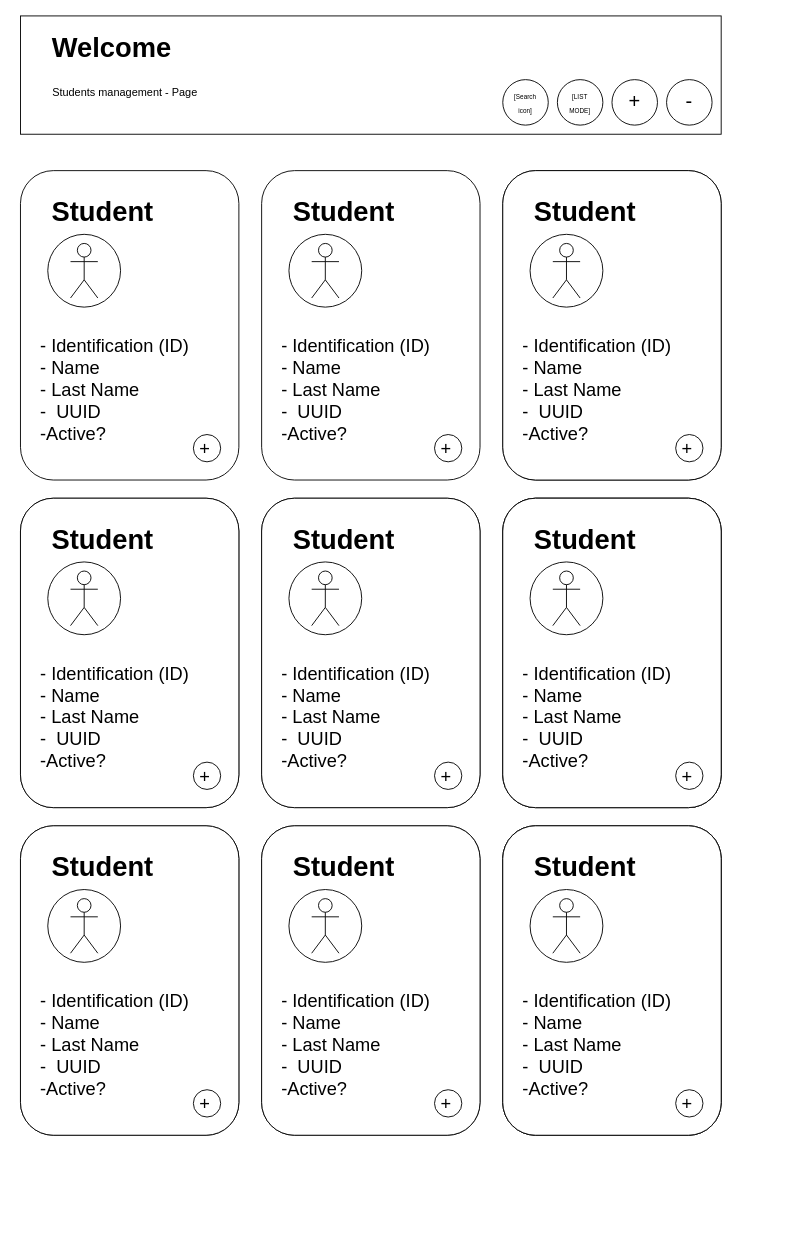
Above: page "Students" (1 of 2) of students.drawio in SaulCamsal/AppReact---StudentClassManagement (draw.io), before the change. Source tidied: cells renumbered, new cells numbered last; positions are measured from the earlier drawing's top-left corner, leaving out a move shared by most shapes. Both pictures are drawn from the tidied source at 91%, with x=0, y=0 at pixel (20, 15).
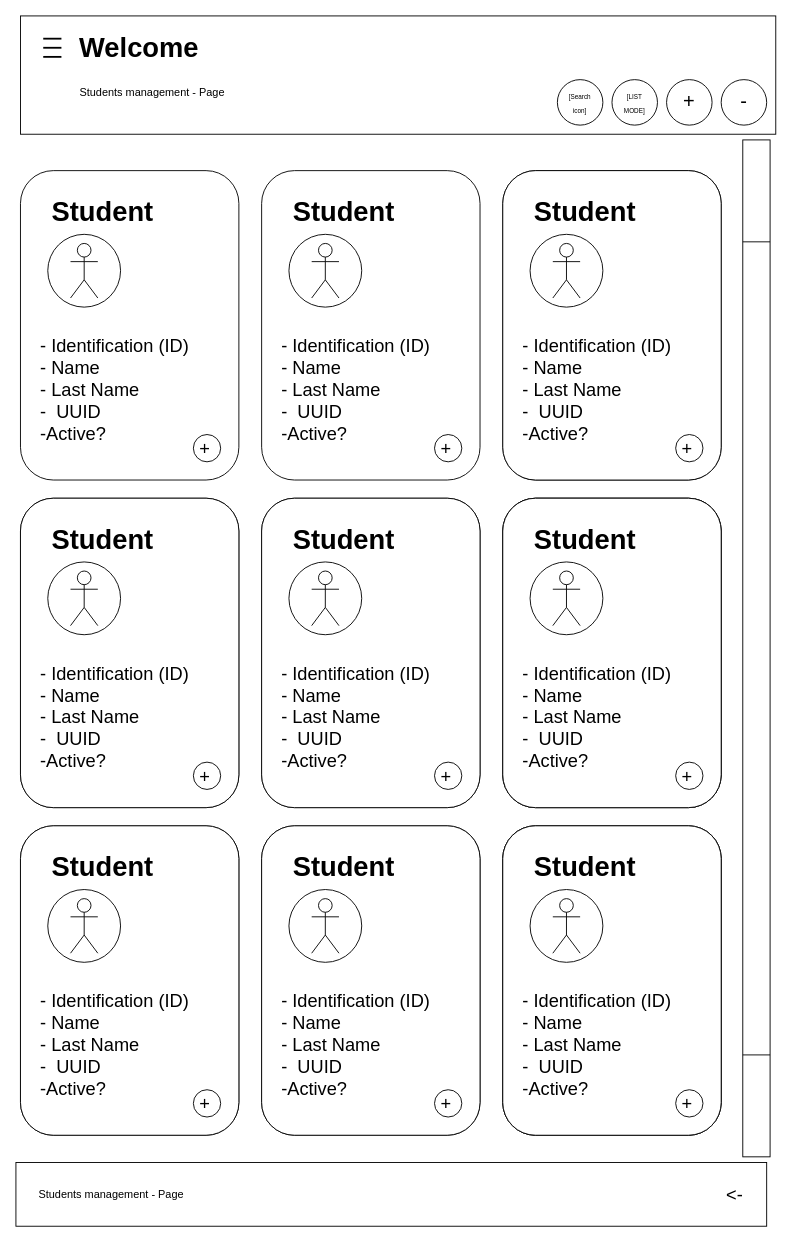
Above is the later version.

What changed in the source:
```diff
@@
     <mxCell id="2" style="rounded=0;whiteSpace=wrap;html=1;" parent="1" vertex="1">
-      <mxGeometry width="770" height="130" as="geometry" />
+      <mxGeometry width="830" height="130" as="geometry" />
     </mxCell>
     <mxCell id="3" value="Students management - Page" style="text;html=1;align=center;verticalAlign=middle;whiteSpace=wrap;rounded=0;" parent="1" vertex="1">
-      <mxGeometry x="30" y="70" width="170" height="30" as="geometry" />
+      <mxGeometry x="60" y="70" width="170" height="30" as="geometry" />
     </mxCell>
     <mxCell id="4" value="&lt;font style=&quot;font-size: 30px;&quot;&gt;Welcome&lt;/font&gt;" style="text;strokeColor=none;fillColor=none;html=1;fontSize=24;fontStyle=1;verticalAlign=middle;align=center;" parent="1" vertex="1">
-      <mxGeometry x="30" y="10" width="140" height="50" as="geometry" />
+      <mxGeometry x="60" y="10" width="140" height="50" as="geometry" />
     </mxCell>
     <mxCell id="5" style="ellipse;whiteSpace=wrap;html=1;" parent="1" vertex="1">
-      <mxGeometry x="590" y="70" width="50" height="50" as="geometry" />
+      <mxGeometry x="650" y="70" width="50" height="50" as="geometry" />
     </mxCell>
     <mxCell id="6" style="ellipse;whiteSpace=wrap;html=1;" parent="1" vertex="1">
-      <mxGeometry x="650" y="70" width="50" height="50" as="geometry" />
+      <mxGeometry x="710" y="70" width="50" height="50" as="geometry" />
     </mxCell>
     <mxCell id="7" style="ellipse;whiteSpace=wrap;html=1;" parent="1" vertex="1">
-      <mxGeometry x="710" y="70" width="50" height="50" as="geometry" />
+      <mxGeometry x="770" y="70" width="50" height="50" as="geometry" />
     </mxCell>
     <mxCell id="8" value="&lt;font style=&quot;font-size: 22px;&quot;&gt;+&lt;/font&gt;" style="text;html=1;align=center;verticalAlign=middle;whiteSpace=wrap;rounded=0;" parent="1" vertex="1">
-      <mxGeometry x="655" y="80" width="40" height="30" as="geometry" />
+      <mxGeometry x="715" y="80" width="40" height="30" as="geometry" />
     </mxCell>
     <mxCell id="9" value="&lt;font style=&quot;font-size: 22px;&quot;&gt;-&lt;/font&gt;" style="text;html=1;align=center;verticalAlign=middle;whiteSpace=wrap;rounded=0;" parent="1" vertex="1">
-      <mxGeometry x="715" y="80" width="40" height="30" as="geometry" />
+      <mxGeometry x="775" y="80" width="40" height="30" as="geometry" />
     </mxCell>
@@
     <mxCell id="97" style="ellipse;whiteSpace=wrap;html=1;" parent="1" vertex="1">
-      <mxGeometry x="530" y="70" width="50" height="50" as="geometry" />
+      <mxGeometry x="590" y="70" width="50" height="50" as="geometry" />
     </mxCell>
     <mxCell id="98" value="&lt;font style=&quot;font-size: 7px;&quot;&gt;[Search icon]&lt;/font&gt;" style="text;html=1;align=center;verticalAlign=middle;whiteSpace=wrap;rounded=0;" parent="1" vertex="1">
-      <mxGeometry x="535" y="80" width="40" height="30" as="geometry" />
+      <mxGeometry x="595" y="80" width="40" height="30" as="geometry" />
     </mxCell>
     <mxCell id="99" value="&lt;span style=&quot;font-size: 7px;&quot;&gt;[LIST&lt;/span&gt;&lt;div&gt;&lt;span style=&quot;font-size: 7px;&quot;&gt;MODE]&lt;/span&gt;&lt;/div&gt;" style="text;html=1;align=center;verticalAlign=middle;whiteSpace=wrap;rounded=0;" parent="1" vertex="1">
-      <mxGeometry x="595" y="80" width="40" height="30" as="geometry" />
+      <mxGeometry x="655" y="80" width="40" height="30" as="geometry" />
     </mxCell>
+    <mxCell id="100" style="rounded=0;whiteSpace=wrap;html=1;" parent="1" vertex="1">
+      <mxGeometry x="-5" y="1260" width="825" height="70" as="geometry" />
+    </mxCell>
+    <mxCell id="101" value="Students management - Page" style="text;html=1;align=center;verticalAlign=middle;whiteSpace=wrap;rounded=0;" parent="1" vertex="1">
+      <mxGeometry x="15" y="1280" width="170" height="30" as="geometry" />
+    </mxCell>
+    <mxCell id="102" style="line;strokeWidth=2;direction=south;html=1;rotation=90;" parent="1" vertex="1">
+      <mxGeometry x="30" y="15" width="10" height="20" as="geometry" />
+    </mxCell>
+    <mxCell id="103" style="line;strokeWidth=2;direction=south;html=1;rotation=90;" parent="1" vertex="1">
+      <mxGeometry x="30" y="25" width="10" height="20" as="geometry" />
+    </mxCell>
+    <mxCell id="104" style="line;strokeWidth=2;direction=south;html=1;rotation=90;" parent="1" vertex="1">
+      <mxGeometry x="30" y="35" width="10" height="20" as="geometry" />
+    </mxCell>
+    <mxCell id="105" value="&lt;font style=&quot;font-size: 20px;&quot;&gt;&amp;lt;-&lt;/font&gt;" style="text;html=1;align=center;verticalAlign=middle;whiteSpace=wrap;rounded=0;" parent="1" vertex="1">
+      <mxGeometry x="755" y="1280" width="60" height="30" as="geometry" />
+    </mxCell>
+    <mxCell id="106" style="shape=process;whiteSpace=wrap;html=1;backgroundOutline=1;rotation=90;" parent="1" vertex="1">
+      <mxGeometry x="250" y="680" width="1117.5" height="30" as="geometry" />
+    </mxCell>
```
